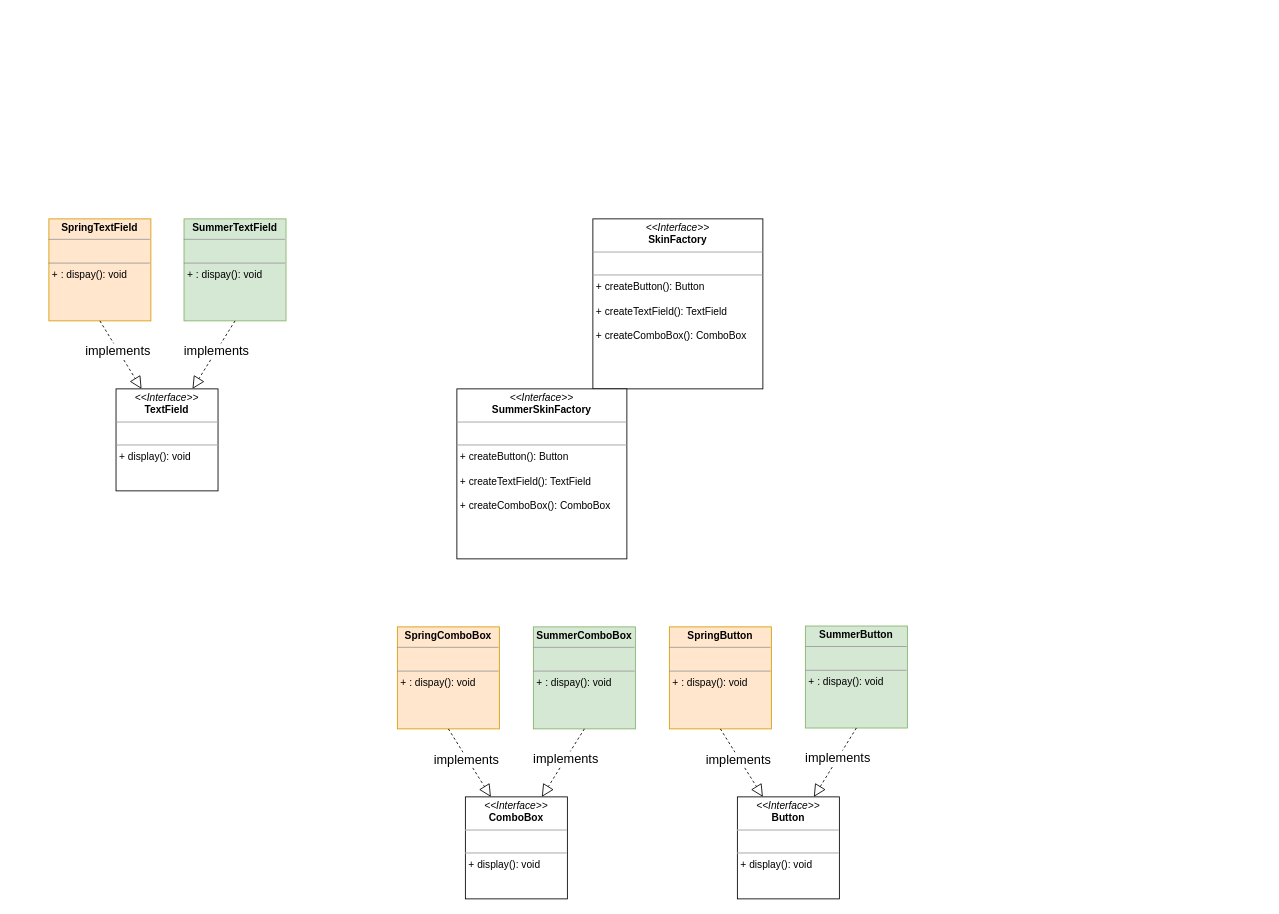
Before: page "抽象工厂模式" (3 of 3) of typora/设计模式/uml/简单工厂/简单工厂模式.drawio in LDChing0321/JavaLearn, a draw.io diagram. Source tidied: cells renumbered, new cells numbered last; positions are measured from the earlier drawing's top-left corner, leaving out a move shared by most shapes. Both pictures are drawn from the tidied source at 85%, with x=0, y=0 at pixel (48, 218).
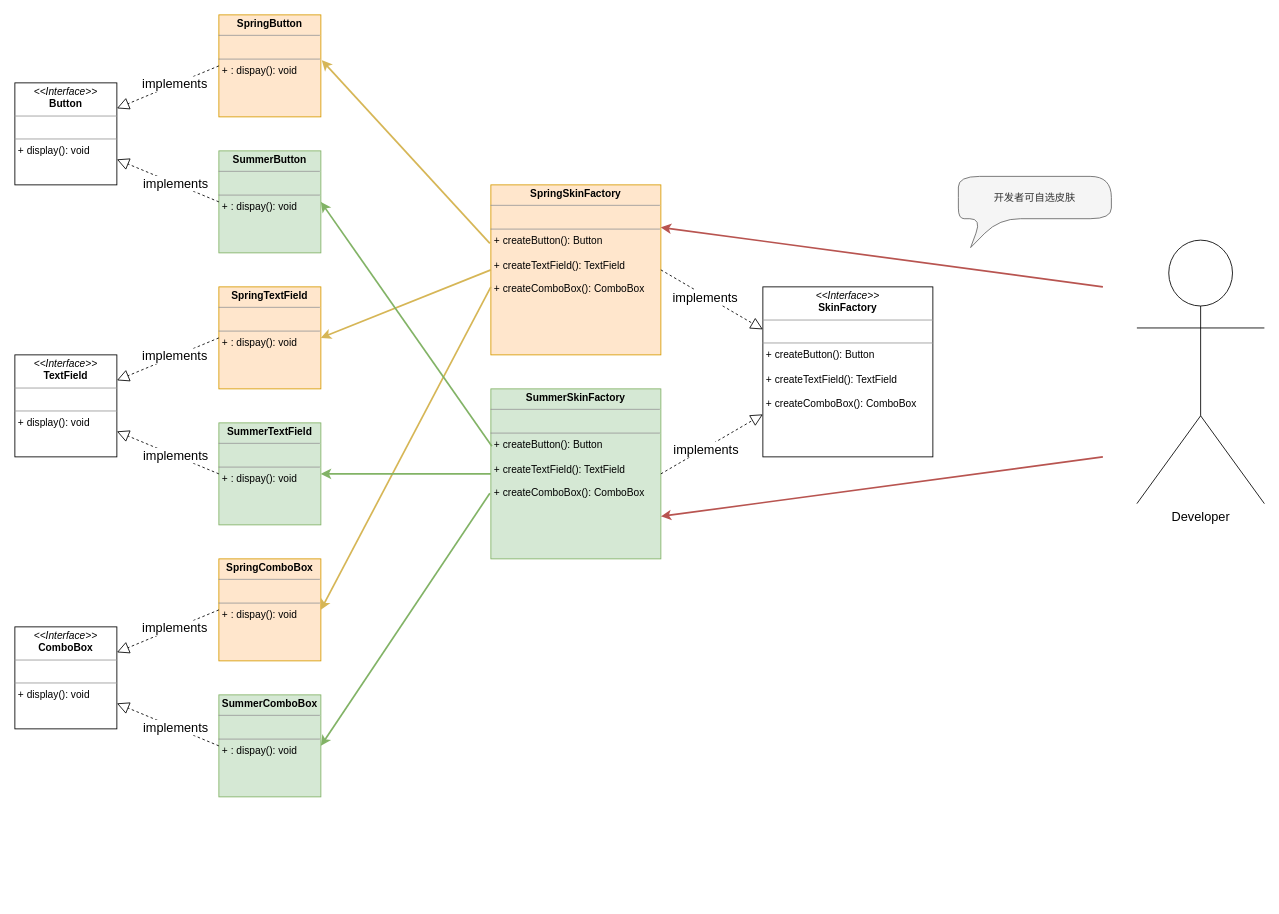
The same diagram, later.

What changed in the source:
```diff
@@
     <mxCell id="2" value="&lt;p style=&quot;margin:0px;margin-top:4px;text-align:center;&quot;&gt;&lt;i&gt;&amp;lt;&amp;lt;Interface&amp;gt;&amp;gt;&lt;/i&gt;&lt;br&gt;&lt;b&gt;SkinFactory&lt;/b&gt;&lt;br&gt;&lt;/p&gt;&lt;hr size=&quot;1&quot;&gt;&lt;p style=&quot;margin:0px;margin-left:4px;&quot;&gt;&lt;br&gt;&lt;/p&gt;&lt;hr size=&quot;1&quot;&gt;&lt;p style=&quot;margin:0px;margin-left:4px;&quot;&gt;+ createButton(): Button&lt;/p&gt;&lt;p style=&quot;margin:0px;margin-left:4px;&quot;&gt;&lt;br&gt;&lt;/p&gt;&lt;p style=&quot;margin:0px;margin-left:4px;&quot;&gt;+ createTextField(): TextField&lt;br&gt;&lt;/p&gt;&lt;p style=&quot;margin:0px;margin-left:4px;&quot;&gt;&lt;br&gt;&lt;/p&gt;&lt;p style=&quot;margin:0px;margin-left:4px;&quot;&gt;+ createComboBox(): ComboBox&lt;br&gt;&lt;/p&gt;" style="verticalAlign=top;align=left;overflow=fill;fontSize=12;fontFamily=Helvetica;html=1;" parent="1" vertex="1">
-      <mxGeometry x="640" width="200" height="200" as="geometry" />
+      <mxGeometry x="840" y="80" width="200" height="200" as="geometry" />
     </mxCell>
-    <mxCell id="3" value="&lt;p style=&quot;margin:0px;margin-top:4px;text-align:center;&quot;&gt;&lt;i&gt;&amp;lt;&amp;lt;Interface&amp;gt;&amp;gt;&lt;/i&gt;&lt;br&gt;&lt;b&gt;SummerSkinFactory&lt;/b&gt;&lt;br&gt;&lt;/p&gt;&lt;hr size=&quot;1&quot;&gt;&lt;p style=&quot;margin:0px;margin-left:4px;&quot;&gt;&lt;br&gt;&lt;/p&gt;&lt;hr size=&quot;1&quot;&gt;&lt;p style=&quot;margin:0px;margin-left:4px;&quot;&gt;+ createButton(): Button&lt;/p&gt;&lt;p style=&quot;margin:0px;margin-left:4px;&quot;&gt;&lt;br&gt;&lt;/p&gt;&lt;p style=&quot;margin:0px;margin-left:4px;&quot;&gt;+ createTextField(): TextField&lt;br&gt;&lt;/p&gt;&lt;p style=&quot;margin:0px;margin-left:4px;&quot;&gt;&lt;br&gt;&lt;/p&gt;&lt;p style=&quot;margin:0px;margin-left:4px;&quot;&gt;+ createComboBox(): ComboBox&lt;br&gt;&lt;/p&gt;" style="verticalAlign=top;align=left;overflow=fill;fontSize=12;fontFamily=Helvetica;html=1;" parent="1" vertex="1">
-      <mxGeometry x="480" y="200" width="200" height="200" as="geometry" />
-    </mxCell>
     <mxCell id="4" value="&lt;p style=&quot;margin:0px;margin-top:4px;text-align:center;&quot;&gt;&lt;b&gt;SpringTextField&lt;/b&gt;&lt;br&gt;&lt;/p&gt;&lt;hr size=&quot;1&quot;&gt;&lt;p style=&quot;margin:0px;margin-left:4px;&quot;&gt;&lt;br&gt;&lt;/p&gt;&lt;hr size=&quot;1&quot;&gt;&lt;p style=&quot;margin:0px;margin-left:4px;&quot;&gt;+ :&amp;nbsp;dispay(): void&lt;/p&gt;" style="verticalAlign=top;align=left;overflow=fill;fontSize=12;fontFamily=Helvetica;html=1;fillColor=#ffe6cc;strokeColor=#d79b00;rotation=0;" parent="1" vertex="1">
-      <mxGeometry width="120" height="120" as="geometry" />
+      <mxGeometry x="200" y="80" width="120" height="120" as="geometry" />
     </mxCell>
     <mxCell id="5" value="&lt;p style=&quot;margin:0px;margin-top:4px;text-align:center;&quot;&gt;&lt;b&gt;SummerTextField&lt;/b&gt;&lt;br&gt;&lt;/p&gt;&lt;hr size=&quot;1&quot;&gt;&lt;p style=&quot;margin:0px;margin-left:4px;&quot;&gt;&lt;br&gt;&lt;/p&gt;&lt;hr size=&quot;1&quot;&gt;&lt;p style=&quot;margin:0px;margin-left:4px;&quot;&gt;+ :&amp;nbsp;dispay(): void&lt;/p&gt;" style="verticalAlign=top;align=left;overflow=fill;fontSize=12;fontFamily=Helvetica;html=1;fillColor=#d5e8d4;strokeColor=#82b366;rotation=0;" parent="1" vertex="1">
-      <mxGeometry x="159" width="120" height="120" as="geometry" />
+      <mxGeometry x="200" y="240" width="120" height="120" as="geometry" />
     </mxCell>
-    <mxCell id="6" style="endArrow=block;dashed=1;endFill=0;endSize=12;html=1;rounded=0;exitX=0.5;exitY=1;exitDx=0;exitDy=0;entryX=0.25;entryY=0;entryDx=0;entryDy=0;" parent="1" edge="1" source="4" target="17">
+    <mxCell id="6" style="endArrow=block;dashed=1;endFill=0;endSize=12;html=1;rounded=0;exitX=0;exitY=0.5;exitDx=0;exitDy=0;entryX=1;entryY=0.25;entryDx=0;entryDy=0;" parent="1" edge="1" source="4" target="17">
       <mxGeometry relative="1" as="geometry" />
     </mxCell>
@@
-    <mxCell id="8" style="endArrow=block;dashed=1;endFill=0;endSize=12;html=1;rounded=0;entryX=0.75;entryY=0;entryDx=0;entryDy=0;exitX=0.5;exitY=1;exitDx=0;exitDy=0;" parent="1" edge="1" source="5" target="17">
+    <mxCell id="8" style="endArrow=block;dashed=1;endFill=0;endSize=12;html=1;rounded=0;entryX=1;entryY=0.75;entryDx=0;entryDy=0;exitX=0;exitY=0.5;exitDx=0;exitDy=0;" parent="1" edge="1" source="5" target="17">
       <mxGeometry relative="1" as="geometry" />
     </mxCell>
@@
     <mxCell id="10" value="&lt;p style=&quot;margin:0px;margin-top:4px;text-align:center;&quot;&gt;&lt;i&gt;&amp;lt;&amp;lt;Interface&amp;gt;&amp;gt;&lt;/i&gt;&lt;br&gt;&lt;b&gt;ComboBox&lt;/b&gt;&lt;br&gt;&lt;/p&gt;&lt;hr size=&quot;1&quot;&gt;&lt;p style=&quot;margin:0px;margin-left:4px;&quot;&gt;&lt;br&gt;&lt;/p&gt;&lt;hr size=&quot;1&quot;&gt;&lt;p style=&quot;margin:0px;margin-left:4px;&quot;&gt;+&amp;nbsp;display(): void&lt;/p&gt;" style="verticalAlign=top;align=left;overflow=fill;fontSize=12;fontFamily=Helvetica;html=1;rotation=0;" parent="1" vertex="1">
-      <mxGeometry x="490" y="680" width="120" height="120" as="geometry" />
+      <mxGeometry x="-40" y="480" width="120" height="120" as="geometry" />
     </mxCell>
     <mxCell id="11" value="&lt;p style=&quot;margin:0px;margin-top:4px;text-align:center;&quot;&gt;&lt;b&gt;SpringComboBox&lt;/b&gt;&lt;br&gt;&lt;/p&gt;&lt;hr size=&quot;1&quot;&gt;&lt;p style=&quot;margin:0px;margin-left:4px;&quot;&gt;&lt;br&gt;&lt;/p&gt;&lt;hr size=&quot;1&quot;&gt;&lt;p style=&quot;margin:0px;margin-left:4px;&quot;&gt;+ :&amp;nbsp;dispay(): void&lt;/p&gt;" style="verticalAlign=top;align=left;overflow=fill;fontSize=12;fontFamily=Helvetica;html=1;fillColor=#ffe6cc;strokeColor=#d79b00;rotation=0;" parent="1" vertex="1">
-      <mxGeometry x="410" y="480" width="120" height="120" as="geometry" />
+      <mxGeometry x="200" y="400" width="120" height="120" as="geometry" />
     </mxCell>
     <mxCell id="12" value="&lt;p style=&quot;margin:0px;margin-top:4px;text-align:center;&quot;&gt;&lt;b&gt;SummerComboBox&lt;/b&gt;&lt;br&gt;&lt;/p&gt;&lt;hr size=&quot;1&quot;&gt;&lt;p style=&quot;margin:0px;margin-left:4px;&quot;&gt;&lt;br&gt;&lt;/p&gt;&lt;hr size=&quot;1&quot;&gt;&lt;p style=&quot;margin:0px;margin-left:4px;&quot;&gt;+ :&amp;nbsp;dispay(): void&lt;/p&gt;" style="verticalAlign=top;align=left;overflow=fill;fontSize=12;fontFamily=Helvetica;html=1;fillColor=#d5e8d4;strokeColor=#82b366;rotation=0;" parent="1" vertex="1">
-      <mxGeometry x="570" y="480" width="120" height="120" as="geometry" />
+      <mxGeometry x="200" y="560" width="120" height="120" as="geometry" />
     </mxCell>
-    <mxCell id="13" style="endArrow=block;dashed=1;endFill=0;endSize=12;html=1;rounded=0;exitX=0.5;exitY=1;exitDx=0;exitDy=0;entryX=0.25;entryY=0;entryDx=0;entryDy=0;" parent="1" edge="1" source="11" target="10">
+    <mxCell id="13" style="endArrow=block;dashed=1;endFill=0;endSize=12;html=1;rounded=0;exitX=0;exitY=0.5;exitDx=0;exitDy=0;entryX=1;entryY=0.25;entryDx=0;entryDy=0;" parent="1" edge="1" source="11" target="10">
       <mxGeometry relative="1" as="geometry" />
     </mxCell>
@@
-    <mxCell id="15" style="endArrow=block;dashed=1;endFill=0;endSize=12;html=1;rounded=0;exitX=0.5;exitY=1;exitDx=0;exitDy=0;entryX=0.75;entryY=0;entryDx=0;entryDy=0;" parent="1" edge="1" source="12" target="10">
+    <mxCell id="15" style="endArrow=block;dashed=1;endFill=0;endSize=12;html=1;rounded=0;entryX=1;entryY=0.75;entryDx=0;entryDy=0;exitX=0;exitY=0.5;exitDx=0;exitDy=0;" parent="1" edge="1" source="12" target="10">
       <mxGeometry relative="1" as="geometry" />
     </mxCell>
@@
     <mxCell id="17" value="&lt;p style=&quot;margin:0px;margin-top:4px;text-align:center;&quot;&gt;&lt;i&gt;&amp;lt;&amp;lt;Interface&amp;gt;&amp;gt;&lt;/i&gt;&lt;br&gt;&lt;b&gt;TextField&lt;/b&gt;&lt;br&gt;&lt;/p&gt;&lt;hr size=&quot;1&quot;&gt;&lt;p style=&quot;margin:0px;margin-left:4px;&quot;&gt;&lt;br&gt;&lt;/p&gt;&lt;hr size=&quot;1&quot;&gt;&lt;p style=&quot;margin:0px;margin-left:4px;&quot;&gt;+&amp;nbsp;display(): void&lt;/p&gt;" style="verticalAlign=top;align=left;overflow=fill;fontSize=12;fontFamily=Helvetica;html=1;rotation=0;" parent="1" vertex="1">
-      <mxGeometry x="79" y="200" width="120" height="120" as="geometry" />
+      <mxGeometry x="-40" y="160" width="120" height="120" as="geometry" />
     </mxCell>
     <mxCell id="18" value="&lt;p style=&quot;margin:0px;margin-top:4px;text-align:center;&quot;&gt;&lt;i&gt;&amp;lt;&amp;lt;Interface&amp;gt;&amp;gt;&lt;/i&gt;&lt;br&gt;&lt;b&gt;Button&lt;/b&gt;&lt;/p&gt;&lt;hr size=&quot;1&quot;&gt;&lt;p style=&quot;margin:0px;margin-left:4px;&quot;&gt;&lt;br&gt;&lt;/p&gt;&lt;hr size=&quot;1&quot;&gt;&lt;p style=&quot;margin:0px;margin-left:4px;&quot;&gt;+&amp;nbsp;display(): void&lt;/p&gt;" style="verticalAlign=top;align=left;overflow=fill;fontSize=12;fontFamily=Helvetica;html=1;rotation=0;" parent="1" vertex="1">
-      <mxGeometry x="810" y="680" width="120" height="120" as="geometry" />
+      <mxGeometry x="-40" y="-160" width="120" height="120" as="geometry" />
     </mxCell>
     <mxCell id="19" value="&lt;p style=&quot;margin:0px;margin-top:4px;text-align:center;&quot;&gt;&lt;b&gt;SpringButton&lt;/b&gt;&lt;/p&gt;&lt;hr size=&quot;1&quot;&gt;&lt;p style=&quot;margin:0px;margin-left:4px;&quot;&gt;&lt;br&gt;&lt;/p&gt;&lt;hr size=&quot;1&quot;&gt;&lt;p style=&quot;margin:0px;margin-left:4px;&quot;&gt;+ :&amp;nbsp;dispay(): void&lt;/p&gt;" style="verticalAlign=top;align=left;overflow=fill;fontSize=12;fontFamily=Helvetica;html=1;fillColor=#ffe6cc;strokeColor=#d79b00;rotation=0;" parent="1" vertex="1">
-      <mxGeometry x="730" y="480" width="120" height="120" as="geometry" />
+      <mxGeometry x="200" y="-240" width="120" height="120" as="geometry" />
     </mxCell>
     <mxCell id="20" value="&lt;p style=&quot;margin:0px;margin-top:4px;text-align:center;&quot;&gt;&lt;b&gt;SummerButton&lt;/b&gt;&lt;/p&gt;&lt;hr size=&quot;1&quot;&gt;&lt;p style=&quot;margin:0px;margin-left:4px;&quot;&gt;&lt;br&gt;&lt;/p&gt;&lt;hr size=&quot;1&quot;&gt;&lt;p style=&quot;margin:0px;margin-left:4px;&quot;&gt;+ :&amp;nbsp;dispay(): void&lt;/p&gt;" style="verticalAlign=top;align=left;overflow=fill;fontSize=12;fontFamily=Helvetica;html=1;fillColor=#d5e8d4;strokeColor=#82b366;rotation=0;" parent="1" vertex="1">
-      <mxGeometry x="890" y="479" width="120" height="120" as="geometry" />
+      <mxGeometry x="200" y="-80" width="120" height="120" as="geometry" />
     </mxCell>
-    <mxCell id="21" style="endArrow=block;dashed=1;endFill=0;endSize=12;html=1;rounded=0;exitX=0.5;exitY=1;exitDx=0;exitDy=0;entryX=0.75;entryY=0;entryDx=0;entryDy=0;" parent="1" edge="1" source="20" target="18">
+    <mxCell id="21" style="endArrow=block;dashed=1;endFill=0;endSize=12;html=1;rounded=0;exitX=0;exitY=0.5;exitDx=0;exitDy=0;entryX=1;entryY=0.75;entryDx=0;entryDy=0;" parent="1" edge="1" source="20" target="18">
       <mxGeometry relative="1" as="geometry" />
     </mxCell>
@@
-    <mxCell id="23" style="endArrow=block;dashed=1;endFill=0;endSize=12;html=1;rounded=0;exitX=0.5;exitY=1;exitDx=0;exitDy=0;entryX=0.25;entryY=0;entryDx=0;entryDy=0;" parent="1" edge="1" source="19" target="18">
+    <mxCell id="23" style="endArrow=block;dashed=1;endFill=0;endSize=12;html=1;rounded=0;exitX=0;exitY=0.5;exitDx=0;exitDy=0;entryX=1;entryY=0.25;entryDx=0;entryDy=0;" parent="1" edge="1" source="19" target="18">
       <mxGeometry relative="1" as="geometry" />
     </mxCell>
@@
+    <mxCell id="25" style="edgeStyle=none;rounded=0;jettySize=auto;html=1;exitX=-0.006;exitY=0.344;exitDx=0;exitDy=0;strokeWidth=2;fillColor=#fff2cc;strokeColor=#d6b656;entryX=1.009;entryY=0.445;entryDx=0;entryDy=0;entryPerimeter=0;exitPerimeter=0;" parent="1" edge="1" source="26" target="19">
+      <mxGeometry relative="1" as="geometry" />
+    </mxCell>
+    <mxCell id="26" value="&lt;p style=&quot;margin:0px;margin-top:4px;text-align:center;&quot;&gt;&lt;b&gt;SpringSkinFactory&lt;/b&gt;&lt;br&gt;&lt;/p&gt;&lt;hr size=&quot;1&quot;&gt;&lt;p style=&quot;margin:0px;margin-left:4px;&quot;&gt;&lt;br&gt;&lt;/p&gt;&lt;hr size=&quot;1&quot;&gt;&lt;p style=&quot;margin: 0px 0px 0px 4px;&quot;&gt;+ createButton(): Button&lt;/p&gt;&lt;p style=&quot;margin: 0px 0px 0px 4px;&quot;&gt;&lt;br&gt;&lt;/p&gt;&lt;p style=&quot;margin: 0px 0px 0px 4px;&quot;&gt;+ createTextField(): TextField&lt;br&gt;&lt;/p&gt;&lt;p style=&quot;margin: 0px 0px 0px 4px;&quot;&gt;&lt;br&gt;&lt;/p&gt;&lt;p style=&quot;margin: 0px 0px 0px 4px;&quot;&gt;+ createComboBox(): ComboBox&lt;/p&gt;" style="verticalAlign=top;align=left;overflow=fill;fontSize=12;fontFamily=Helvetica;html=1;fillColor=#ffe6cc;strokeColor=#d79b00;rotation=0;" parent="1" vertex="1">
+      <mxGeometry x="520" y="-40" width="200" height="200" as="geometry" />
+    </mxCell>
+    <mxCell id="27" value="&lt;p style=&quot;margin:0px;margin-top:4px;text-align:center;&quot;&gt;&lt;b&gt;SummerSkinFactory&lt;/b&gt;&lt;br&gt;&lt;/p&gt;&lt;hr size=&quot;1&quot;&gt;&lt;p style=&quot;margin:0px;margin-left:4px;&quot;&gt;&lt;br&gt;&lt;/p&gt;&lt;hr size=&quot;1&quot;&gt;&lt;p style=&quot;margin: 0px 0px 0px 4px;&quot;&gt;+ createButton(): Button&lt;/p&gt;&lt;p style=&quot;margin: 0px 0px 0px 4px;&quot;&gt;&lt;br&gt;&lt;/p&gt;&lt;p style=&quot;margin: 0px 0px 0px 4px;&quot;&gt;+ createTextField(): TextField&lt;br&gt;&lt;/p&gt;&lt;p style=&quot;margin: 0px 0px 0px 4px;&quot;&gt;&lt;br&gt;&lt;/p&gt;&lt;p style=&quot;margin: 0px 0px 0px 4px;&quot;&gt;+ createComboBox(): ComboBox&lt;/p&gt;" style="verticalAlign=top;align=left;overflow=fill;fontSize=12;fontFamily=Helvetica;html=1;fillColor=#d5e8d4;strokeColor=#82b366;rotation=0;" parent="1" vertex="1">
+      <mxGeometry x="520" y="200" width="200" height="200" as="geometry" />
+    </mxCell>
+    <mxCell id="28" style="endArrow=block;dashed=1;endFill=0;endSize=12;html=1;rounded=0;exitX=1;exitY=0.5;exitDx=0;exitDy=0;entryX=0;entryY=0.25;entryDx=0;entryDy=0;" parent="1" edge="1" source="26" target="2">
+      <mxGeometry relative="1" as="geometry" />
+    </mxCell>
+    <mxCell id="29" value="implements" style="edgeLabel;html=1;align=center;verticalAlign=middle;fontSize=15;rotation=0;" parent="28" vertex="1">
+      <mxGeometry x="-0.14" y="-1" relative="1" as="geometry" />
+    </mxCell>
+    <mxCell id="30" style="endArrow=block;dashed=1;endFill=0;endSize=12;html=1;rounded=0;exitX=1;exitY=0.5;exitDx=0;exitDy=0;entryX=0;entryY=0.75;entryDx=0;entryDy=0;" parent="1" edge="1" source="27" target="2">
+      <mxGeometry relative="1" as="geometry" />
+    </mxCell>
+    <mxCell id="31" value="implements" style="edgeLabel;html=1;align=center;verticalAlign=middle;fontSize=15;rotation=0;" parent="30" vertex="1">
+      <mxGeometry x="-0.14" y="-1" relative="1" as="geometry" />
+    </mxCell>
+    <mxCell id="32" style="edgeStyle=none;rounded=0;jettySize=auto;html=1;exitX=0;exitY=0.5;exitDx=0;exitDy=0;strokeWidth=2;fillColor=#fff2cc;strokeColor=#d6b656;entryX=1;entryY=0.5;entryDx=0;entryDy=0;" parent="1" edge="1" source="26" target="4">
+      <mxGeometry relative="1" as="geometry" />
+    </mxCell>
+    <mxCell id="33" style="edgeStyle=none;rounded=0;jettySize=auto;html=1;strokeWidth=2;fillColor=#fff2cc;strokeColor=#d6b656;entryX=1;entryY=0.5;entryDx=0;entryDy=0;" parent="1" edge="1" target="11">
+      <mxGeometry relative="1" as="geometry">
+        <mxPoint x="520" y="80" as="sourcePoint" />
+      </mxGeometry>
+    </mxCell>
+    <mxCell id="34" style="edgeStyle=none;rounded=0;jettySize=auto;html=1;exitX=0.006;exitY=0.338;exitDx=0;exitDy=0;strokeWidth=2;fillColor=#d5e8d4;strokeColor=#82b366;entryX=1;entryY=0.5;entryDx=0;entryDy=0;exitPerimeter=0;" parent="1" edge="1" source="27" target="20">
+      <mxGeometry relative="1" as="geometry" />
+    </mxCell>
+    <mxCell id="35" style="edgeStyle=none;rounded=0;jettySize=auto;html=1;exitX=0;exitY=0.5;exitDx=0;exitDy=0;strokeWidth=2;fillColor=#d5e8d4;strokeColor=#82b366;entryX=1;entryY=0.5;entryDx=0;entryDy=0;" parent="1" edge="1" source="27" target="5">
+      <mxGeometry relative="1" as="geometry" />
+    </mxCell>
+    <mxCell id="36" style="edgeStyle=none;rounded=0;jettySize=auto;html=1;exitX=-0.006;exitY=0.614;exitDx=0;exitDy=0;strokeWidth=2;fillColor=#d5e8d4;strokeColor=#82b366;entryX=1;entryY=0.5;entryDx=0;entryDy=0;exitPerimeter=0;" parent="1" edge="1" source="27" target="12">
+      <mxGeometry relative="1" as="geometry" />
+    </mxCell>
+    <mxCell id="37" value="Developer" style="shape=umlActor;verticalLabelPosition=bottom;verticalAlign=top;html=1;fontSize=15;" parent="1" vertex="1">
+      <mxGeometry x="1280" y="25" width="150" height="310" as="geometry" />
+    </mxCell>
+    <mxCell id="38" style="edgeStyle=none;rounded=0;jettySize=auto;html=1;entryX=1;entryY=0.25;entryDx=0;entryDy=0;fontSize=15;fillColor=#f8cecc;strokeColor=#b85450;strokeWidth=2;" parent="1" edge="1" target="26">
+      <mxGeometry relative="1" as="geometry">
+        <mxPoint x="1240" y="80" as="sourcePoint" />
+      </mxGeometry>
+    </mxCell>
+    <mxCell id="39" style="edgeStyle=none;rounded=0;jettySize=auto;html=1;entryX=1;entryY=0.75;entryDx=0;entryDy=0;fontSize=15;fillColor=#f8cecc;strokeColor=#b85450;strokeWidth=2;" parent="1" edge="1" target="27">
+      <mxGeometry relative="1" as="geometry">
+        <mxPoint x="1240" y="280" as="sourcePoint" />
+      </mxGeometry>
+    </mxCell>
+    <mxCell id="40" value="开发者可自选皮肤" style="shape=callout;whiteSpace=wrap;html=1;perimeter=calloutPerimeter;position2=0.08;fillColor=#f5f5f5;fontColor=#333333;strokeColor=#666666;size=34;position=0.15;rounded=1;base=21;arcSize=50;" parent="1" vertex="1">
+      <mxGeometry x="1070" y="-50" width="180" height="83.8" as="geometry" />
+    </mxCell>
```
